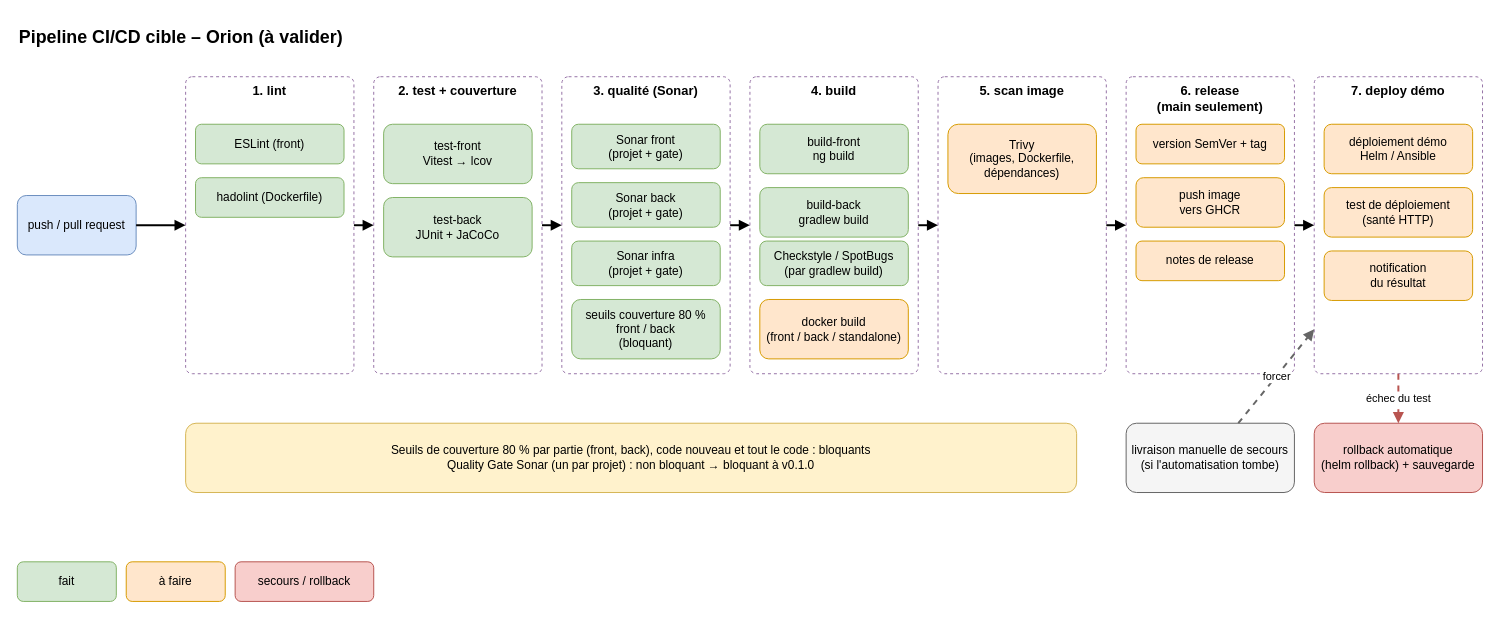
The draw.io diagram docs/livrables/schema_pipeline_ci_cd.drawio in denoyela-4913/dev-project-06-orion, before the edit. Source tidied: cells renumbered, new cells numbered last; positions are measured from the earlier drawing's top-left corner, leaving out a move shared by most shapes. Both pictures are drawn from the tidied source at 99%, with x=0, y=0 at pixel (17, 17).
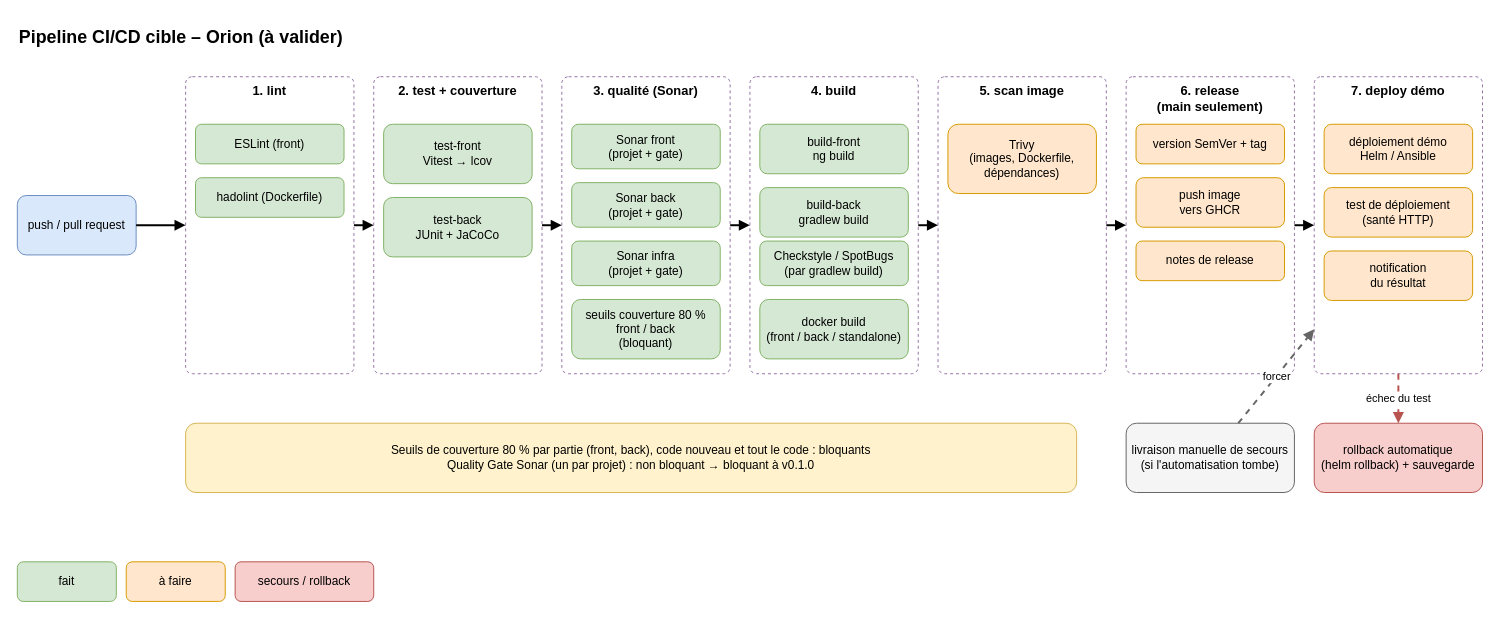
The same diagram, later.

The edit, as a diff of the source:
```diff
@@
-    <mxCell id="22" value="docker build&#10;(front / back / standalone)" style="rounded=1;whiteSpace=wrap;html=1;fillColor=#ffe6cc;strokeColor=#d79b00;" parent="1" vertex="1">
+    <mxCell id="22" value="docker build&#10;(front / back / standalone)" style="rounded=1;whiteSpace=wrap;html=1;fillColor=#d5e8d4;strokeColor=#82b366;" parent="1" vertex="1">
       <mxGeometry x="750" y="285" width="150" height="60" as="geometry" />
     </mxCell>
```
